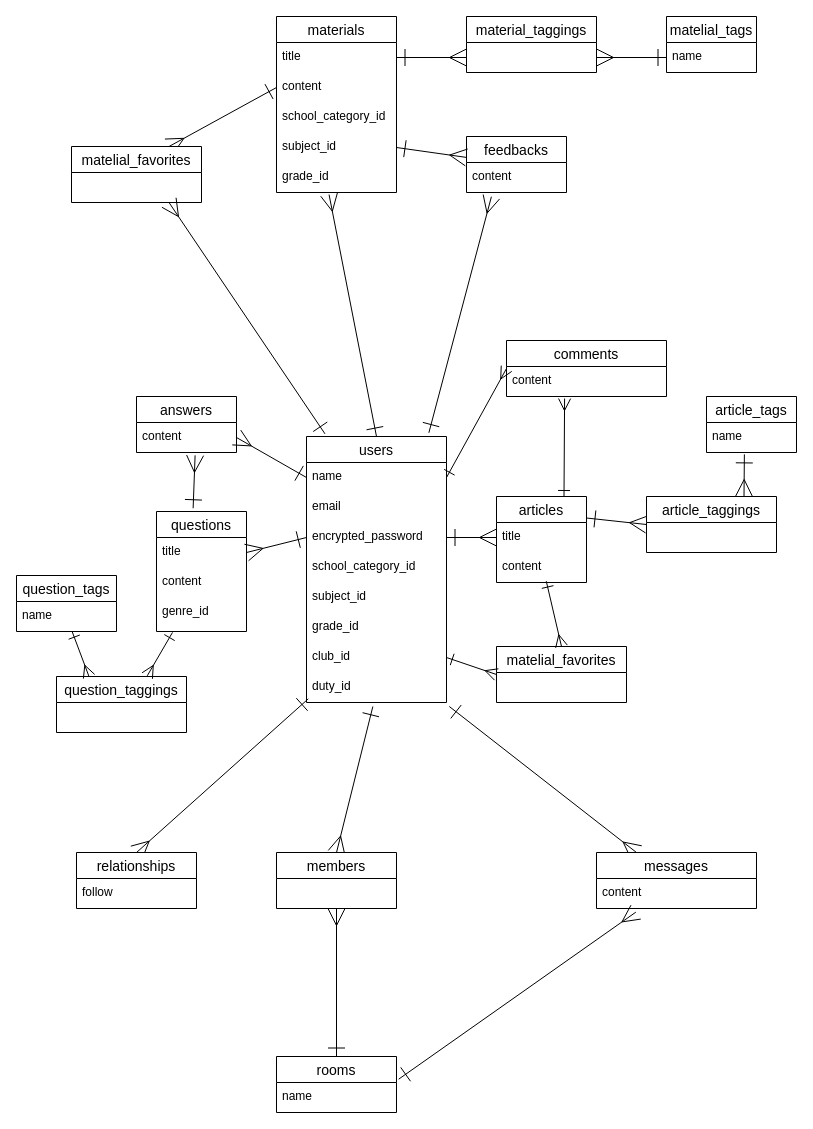
murandot/wisdom keeps this draw.io diagram as ER.dio. Above is the earlier version. Source tidied: cells renumbered, new cells numbered last; positions are measured from the earlier drawing's top-left corner, leaving out a move shared by most shapes. Both pictures are drawn from the tidied source at 100%, with x=0, y=0 at pixel (16, 16).
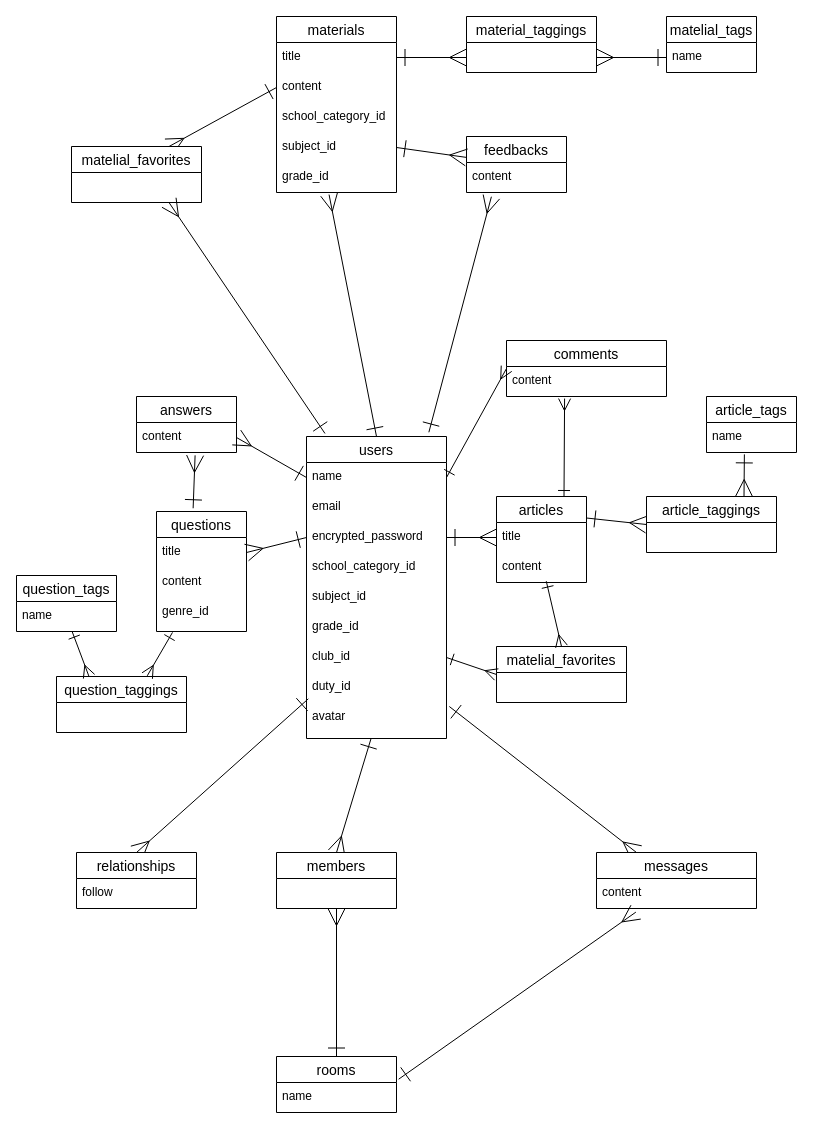
The same diagram, later.

Commit message (it also covers changes not shown here):
カラムの追加

The change refers to these unchanged cells:
```xml
<mxCell id="10" value="duty_id" style="text;strokeColor=none;fillColor=none;spacingLeft=4;spacingRight=4;overflow=hidden;points=[[0,0.5],[1,0.5]];portConstraint=eastwest;fontSize=12;" parent="2" vertex="1">
  <mxGeometry y="236" width="140" height="30" as="geometry" />
</mxCell>
<mxCell id="58" value="members" style="swimlane;fontStyle=0;horizontal=1;startSize=26;align=center;fontSize=14;" parent="1" vertex="1">
  <mxGeometry x="260" y="836" width="120" height="56" as="geometry" />
</mxCell>
```

Change to the diagram source:
```diff
@@
     <mxCell id="2" value="users" style="swimlane;fontStyle=0;horizontal=1;startSize=26;align=center;fontSize=14;" parent="1" vertex="1">
-      <mxGeometry x="290" y="420" width="140" height="266" as="geometry" />
+      <mxGeometry x="290" y="420" width="140" height="302" as="geometry" />
     </mxCell>
@@
+    <mxCell id="72" value="avatar" style="text;strokeColor=none;fillColor=none;spacingLeft=4;spacingRight=4;overflow=hidden;points=[[0,0.5],[1,0.5]];portConstraint=eastwest;fontSize=12;" parent="2" vertex="1">
+      <mxGeometry y="266" width="140" height="36" as="geometry" />
+    </mxCell>
@@
-    <mxCell id="57" style="edgeStyle=none;html=1;exitX=0.5;exitY=0;exitDx=0;exitDy=0;entryX=0.474;entryY=1.133;entryDx=0;entryDy=0;entryPerimeter=0;startArrow=ERmany;startFill=0;endArrow=ERone;endFill=0;startSize=15;endSize=15;sourcePerimeterSpacing=10;targetPerimeterSpacing=0;" parent="1" edge="1" source="58" target="10">
+    <mxCell id="57" style="edgeStyle=none;html=1;exitX=0.5;exitY=0;exitDx=0;exitDy=0;startArrow=ERmany;startFill=0;endArrow=ERone;endFill=0;startSize=15;endSize=15;sourcePerimeterSpacing=10;targetPerimeterSpacing=0;" parent="1" edge="1" source="58" target="72">
       <mxGeometry relative="1" as="geometry" />
     </mxCell>
```
